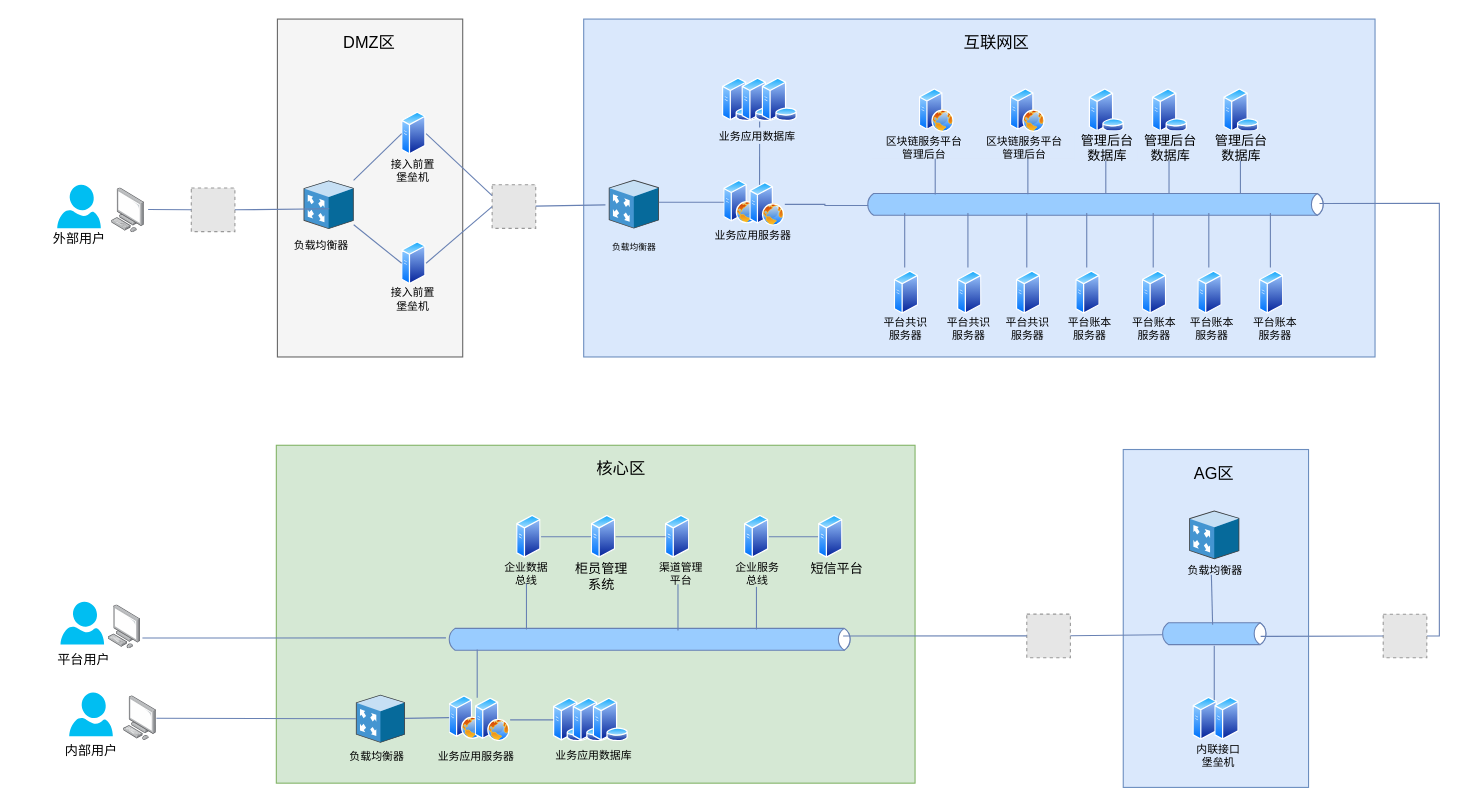
dilide/collections keeps this draw.io diagram as repository/drawio/postb/系统拓扑图.drawio. Above is the earlier version. Source tidied: cells renumbered, new cells numbered last; positions are measured from the earlier drawing's top-left corner, leaving out a move shared by most shapes. Both pictures are drawn from the tidied source at 109%, with x=0, y=0 at pixel (46, 19). Pictures stored in the file or linked from it are replaced by grey dashed boxes.
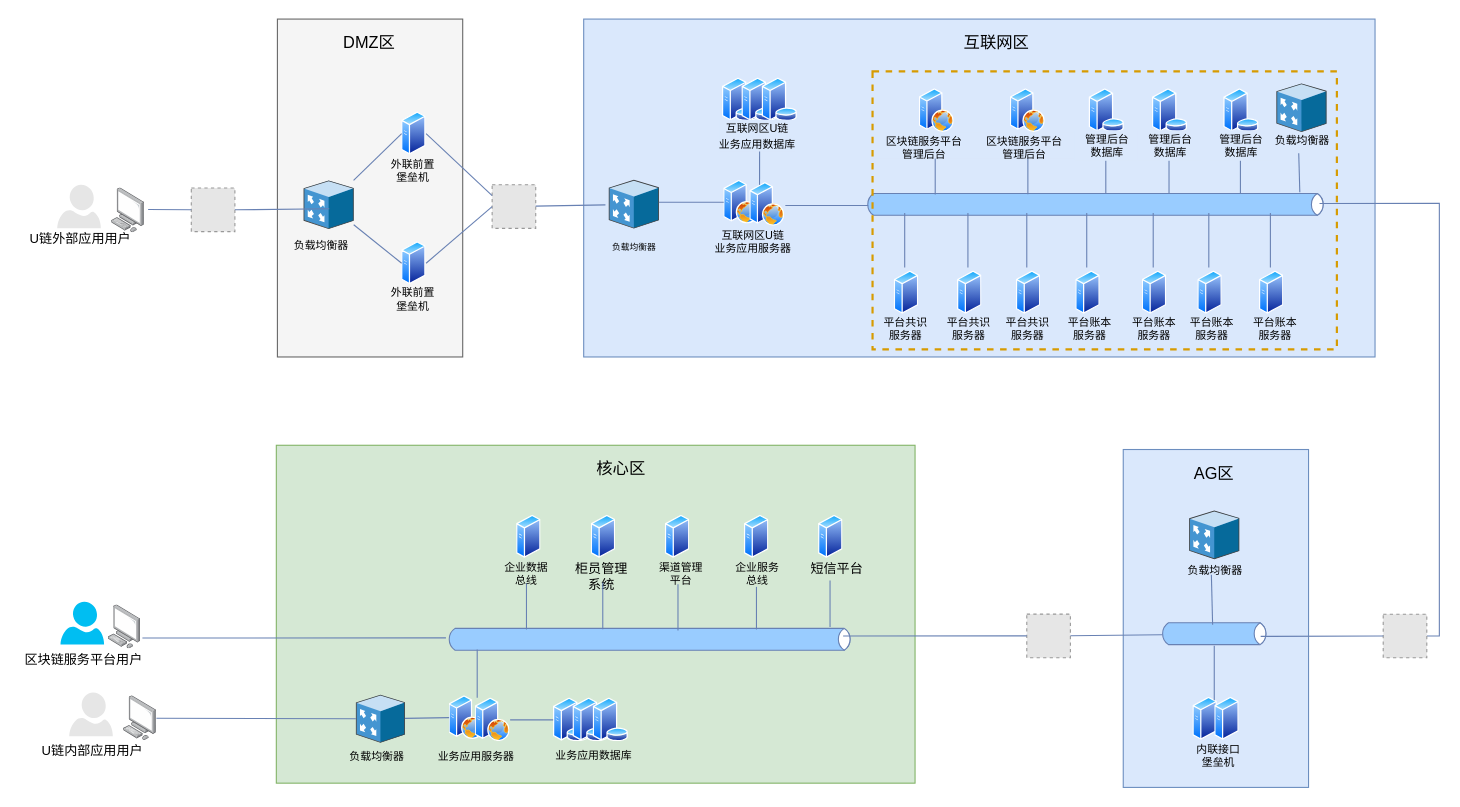
The same diagram, later.

Commit message:
Update 系统拓扑图.drawio

The change refers to these unchanged cells:
```xml
<mxCell id="4" style="html=1;fillColor=#99CCFF;strokeColor=#6881B3;gradientColor=none;gradientDirection=north;strokeWidth=1;shape=mxgraph.networks.bus;gradientColor=none;gradientDirection=north;fontColor=#ffffff;perimeter=backbonePerimeter;backboneSize=20;align=center;fontSize=12;" parent="1" vertex="1">
  <mxGeometry x="751" y="165" width="423" height="10" as="geometry" />
</mxCell>
<mxCell id="28" style="perimeter=ellipsePerimeter;html=1;align=center;shadow=0;dashed=0;spacingTop=3;image;image=img/lib/active_directory/web_server.svg;strokeColor=#6881B3;strokeWidth=1;fillColor=#99CCFF;fontSize=12;" parent="26" vertex="1">
  <mxGeometry x="24" y="2" width="32" height="40" as="geometry" />
</mxCell>
<mxCell id="60" style="perimeter=ellipsePerimeter;html=1;align=center;shadow=0;dashed=0;spacingTop=3;image;image=img/lib/active_directory/generic_server.svg;strokeColor=#6881B3;strokeWidth=1;fillColor=#99CCFF;fontSize=8;" parent="1" vertex="1">
  <mxGeometry x="640.5" y="455" width="22.4" height="40" as="geometry" />
</mxCell>
<mxCell id="61" style="perimeter=ellipsePerimeter;html=1;align=center;shadow=0;dashed=0;spacingTop=3;image;image=img/lib/active_directory/generic_server.svg;strokeColor=#6881B3;strokeWidth=1;fillColor=#99CCFF;fontSize=8;" parent="1" vertex="1">
  <mxGeometry x="568" y="455" width="22.4" height="40" as="geometry" />
</mxCell>
<mxCell id="65" style="perimeter=ellipsePerimeter;html=1;align=center;shadow=0;dashed=0;spacingTop=3;image;image=img/lib/active_directory/generic_server.svg;strokeColor=#6881B3;strokeWidth=1;fillColor=#99CCFF;fontSize=8;" parent="1" vertex="1">
  <mxGeometry x="431.5" y="455" width="22.4" height="40" as="geometry" />
</mxCell>
<mxCell id="94" style="endArrow=none;html=1;strokeColor=#6881B3;entryX=0.5;entryY=1;entryDx=0;entryDy=0;exitX=0.25;exitY=0;exitDx=0;exitDy=0;" parent="1" edge="1" source="28" target="32">
  <mxGeometry relative="1" as="geometry" />
</mxCell>
<mxCell id="126" style="perimeter=ellipsePerimeter;html=1;align=center;shadow=0;dashed=0;spacingTop=3;image;image=img/lib/active_directory/generic_server.svg;strokeColor=#6881B3;strokeWidth=1;fillColor=#99CCFF;fontSize=8;" parent="1" vertex="1">
  <mxGeometry x="708.5" y="455" width="22.4" height="40" as="geometry" />
</mxCell>
<mxCell id="129" style="perimeter=ellipsePerimeter;html=1;align=center;shadow=0;dashed=0;spacingTop=3;image;image=img/lib/active_directory/generic_server.svg;strokeColor=#6881B3;strokeWidth=1;fillColor=#99CCFF;fontSize=8;" parent="1" vertex="1">
  <mxGeometry x="500" y="455" width="22.4" height="40" as="geometry" />
</mxCell>
```

Diff of the diagram source:
```diff
@@
-    <mxCell id="10" style="group;" parent="1" vertex="1">
-      <mxGeometry y="152" width="90" height="60" as="geometry" />
-    </mxCell>
-    <mxCell id="11" style="group;" parent="10" vertex="1">
-      <mxGeometry width="60" height="60" as="geometry" />
-    </mxCell>
-    <mxCell id="12" style="verticalLabelPosition=bottom;html=1;verticalAlign=top;align=center;strokeColor=none;fillColor=#00BEF2;shape=mxgraph.azure.user;" parent="11" vertex="1">
-      <mxGeometry x="10" width="40" height="40" as="geometry" />
-    </mxCell>
-    <mxCell id="13" value="外部用户" style="text;html=1;align=center;verticalAlign=top;spacingTop=-4;fontSize=12;" parent="11" vertex="1">
-      <mxGeometry y="40" width="60" height="20" as="geometry" />
-    </mxCell>
-    <mxCell id="14" style="points=[];html=1;align=center;shadow=0;dashed=0;image;image=img/lib/allied_telesis/computer_and_terminals/Personal_Computer.svg;strokeColor=#6881B3;fillColor=#99CCFF;fontSize=12;" parent="10" vertex="1">
-      <mxGeometry x="60" y="3" width="30" height="41" as="geometry" />
-    </mxCell>
@@
-    <mxCell id="25" value="接入前置&lt;br style=&quot;font-size: 10px&quot;&gt;堡垒机" style="text;html=1;align=center;verticalAlign=top;spacingTop=-4;fontSize=10;" parent="1" vertex="1">
-      <mxGeometry x="307" y="125" width="58" height="24" as="geometry" />
+    <mxCell id="25" value="外联前置&lt;br style=&quot;font-size: 10px&quot;&gt;堡垒机" style="text;html=1;align=center;verticalAlign=top;spacingTop=-4;fontSize=10;" parent="1" vertex="1">
+      <mxGeometry x="311" y="125" width="50" height="24" as="geometry" />
     </mxCell>
@@
-    <mxCell id="29" value="业务应用服务器" style="text;html=1;align=center;verticalAlign=top;spacingTop=-4;fontSize=10;" parent="1" vertex="1">
-      <mxGeometry x="600.5" y="190" width="94" height="12" as="geometry" />
+    <mxCell id="29" value="互联网区U链&lt;br&gt;业务应用服务器" style="text;html=1;align=center;verticalAlign=top;spacingTop=-4;fontSize=10;" parent="1" vertex="1">
+      <mxGeometry x="607.5" y="190" width="80" height="24" as="geometry" />
     </mxCell>
@@
-    <mxCell id="59" style="edgeStyle=orthogonalEdgeStyle;rounded=0;jettySize=auto;html=1;exitX=1;exitY=0.5;exitDx=0;exitDy=0;entryX=0;entryY=0.5;entryDx=0;entryDy=0;endArrow=none;endFill=0;strokeColor=#6881B3;" parent="1" edge="1" source="60" target="126">
-      <mxGeometry relative="1" as="geometry" />
-    </mxCell>
@@
-    <mxCell id="64" style="edgeStyle=orthogonalEdgeStyle;rounded=0;jettySize=auto;html=1;exitX=1;exitY=0.5;exitDx=0;exitDy=0;entryX=0;entryY=0.5;entryDx=0;entryDy=0;endArrow=none;endFill=0;strokeColor=#6881B3;" parent="1" edge="1" source="65" target="129">
-      <mxGeometry relative="1" as="geometry" />
-    </mxCell>
@@
-    <mxCell id="79" value="平台用户" style="text;html=1;align=center;verticalAlign=top;spacingTop=-4;fontSize=12;" parent="1" vertex="1">
-      <mxGeometry x="4" y="577.8" width="60" height="20" as="geometry" />
+    <mxCell id="79" value="区块链服务平台用户" style="text;html=1;align=center;verticalAlign=top;spacingTop=-4;fontSize=12;" parent="1" vertex="1">
+      <mxGeometry x="-25" y="577.8" width="118" height="14" as="geometry" />
     </mxCell>
@@
-    <mxCell id="82" style="verticalLabelPosition=bottom;html=1;verticalAlign=top;align=center;strokeColor=none;fillColor=#00BEF2;shape=mxgraph.azure.user;" parent="1" vertex="1">
+    <mxCell id="82" style="verticalLabelPosition=bottom;html=1;verticalAlign=top;align=center;strokeColor=none;fillColor=#E6E6E6;shape=mxgraph.azure.user;" parent="1" vertex="1">
       <mxGeometry x="21" y="617.9" width="40" height="40" as="geometry" />
     </mxCell>
-    <mxCell id="83" value="内部用户" style="text;html=1;align=center;verticalAlign=top;spacingTop=-4;fontSize=12;" parent="1" vertex="1">
-      <mxGeometry x="11" y="661.9" width="60" height="20" as="geometry" />
+    <mxCell id="83" value="U链内部应用用户" style="text;html=1;align=center;verticalAlign=top;spacingTop=-4;fontSize=12;" parent="1" vertex="1">
+      <mxGeometry x="-10" y="661.9" width="103" height="14" as="geometry" />
     </mxCell>
@@
-    <mxCell id="89" value="接入前置&lt;br style=&quot;font-size: 10px&quot;&gt;堡垒机" style="text;html=1;align=center;verticalAlign=top;spacingTop=-4;fontSize=10;" parent="1" vertex="1">
-      <mxGeometry x="307" y="242.5" width="58" height="24" as="geometry" />
+    <mxCell id="89" value="外联前置&lt;br style=&quot;font-size: 10px&quot;&gt;堡垒机" style="text;html=1;align=center;verticalAlign=top;spacingTop=-4;fontSize=10;" parent="1" vertex="1">
+      <mxGeometry x="311" y="242.5" width="50" height="24" as="geometry" />
     </mxCell>
@@
-    <mxCell id="95" value="&lt;span style=&quot;font-size: 10px&quot;&gt;业务应用数据库&lt;/span&gt;" style="text;html=1;align=center;verticalAlign=middle;labelBackgroundColor=#DAE8FC;" parent="94" vertex="1">
+    <mxCell id="95" value="&lt;span style=&quot;font-size: 10px&quot;&gt;互联网区U链&lt;br&gt;业务应用数据库&lt;/span&gt;" style="text;html=1;align=center;verticalAlign=middle;labelBackgroundColor=#DAE8FC;" parent="94" vertex="1">
       <mxGeometry x="0.57" y="-4" relative="1" as="geometry">
         <mxPoint x="-7" as="offset" />
       </mxGeometry>
     </mxCell>
@@
-    <mxCell id="100" value="管理后台&lt;br&gt;数据库" style="text;html=1;align=center;verticalAlign=top;spacingTop=-4;fillColor=#DAE8FC;" parent="1" vertex="1">
+    <mxCell id="100" value="管理后台&lt;br style=&quot;font-size: 10px;&quot;&gt;数据库" style="text;html=1;align=center;verticalAlign=top;spacingTop=-4;fillColor=#DAE8FC;fontSize=10;" parent="1" vertex="1">
       <mxGeometry x="943.5" y="102" width="58" height="28" as="geometry" />
     </mxCell>
@@
-    <mxCell id="103" value="管理后台&lt;br&gt;数据库" style="text;html=1;align=center;verticalAlign=top;spacingTop=-4;fillColor=#DAE8FC;" parent="1" vertex="1">
+    <mxCell id="103" value="管理后台&lt;br style=&quot;font-size: 10px;&quot;&gt;数据库" style="text;html=1;align=center;verticalAlign=top;spacingTop=-4;fillColor=#DAE8FC;fontSize=10;" parent="1" vertex="1">
       <mxGeometry x="1001.5" y="102" width="58" height="28" as="geometry" />
     </mxCell>
@@
-    <mxCell id="106" value="管理后台&lt;br&gt;数据库" style="text;html=1;align=center;verticalAlign=top;spacingTop=-4;fillColor=#DAE8FC;" parent="1" vertex="1">
+    <mxCell id="106" value="管理后台&lt;br style=&quot;font-size: 10px;&quot;&gt;数据库" style="text;html=1;align=center;verticalAlign=top;spacingTop=-4;fillColor=#DAE8FC;fontSize=10;" parent="1" vertex="1">
       <mxGeometry x="1067" y="102" width="58" height="28" as="geometry" />
     </mxCell>
@@
-    <mxCell id="123" style="edgeStyle=orthogonalEdgeStyle;rounded=0;jettySize=auto;html=1;exitX=1;exitY=0.5;exitDx=0;exitDy=0;entryX=0.007;entryY=0.6;entryDx=0;entryDy=0;entryPerimeter=0;strokeColor=#6881B3;endArrow=none;endFill=0;" parent="1" edge="1" source="28" target="4">
-      <mxGeometry relative="1" as="geometry" />
+    <mxCell id="123" style="edgeStyle=orthogonalEdgeStyle;rounded=0;jettySize=auto;html=1;entryX=0.007;entryY=0.6;entryDx=0;entryDy=0;entryPerimeter=0;strokeColor=#6881B3;endArrow=none;endFill=0;" parent="1" edge="1" target="4">
+      <mxGeometry relative="1" as="geometry">
+        <mxPoint x="678" y="171" as="sourcePoint" />
+        <Array as="points">
+          <mxPoint x="678" y="171" />
+        </Array>
+      </mxGeometry>
     </mxCell>
@@
-    <mxCell id="128" style="edgeStyle=orthogonalEdgeStyle;rounded=0;jettySize=auto;html=1;exitX=1;exitY=0.5;exitDx=0;exitDy=0;entryX=0;entryY=0.5;entryDx=0;entryDy=0;endArrow=none;endFill=0;strokeColor=#6881B3;" parent="1" edge="1" source="129" target="61">
-      <mxGeometry relative="1" as="geometry" />
-    </mxCell>
@@
+    <mxCell id="14" style="points=[];html=1;align=center;shadow=0;dashed=0;image;image=img/lib/allied_telesis/computer_and_terminals/Personal_Computer.svg;strokeColor=#6881B3;fillColor=#99CCFF;fontSize=12;" parent="1" vertex="1">
+      <mxGeometry x="60" y="155" width="30" height="41" as="geometry" />
+    </mxCell>
+    <mxCell id="12" style="verticalLabelPosition=bottom;html=1;verticalAlign=top;align=center;strokeColor=none;fillColor=#E6E6E6;shape=mxgraph.azure.user;" parent="1" vertex="1">
+      <mxGeometry x="10" y="152" width="40" height="40" as="geometry" />
+    </mxCell>
+    <mxCell id="13" value="U链外部应用用户" style="text;html=1;align=center;verticalAlign=top;spacingTop=-4;fontSize=12;" parent="1" vertex="1">
+      <mxGeometry x="-21" y="192" width="103" height="14" as="geometry" />
+    </mxCell>
+    <mxCell id="133" style="shadow=0;dashed=0;html=1;labelPosition=center;verticalLabelPosition=bottom;verticalAlign=top;align=center;shape=mxgraph.veeam.3d.proxy_appliance;direction=east;" parent="1" vertex="1">
+      <mxGeometry x="1128.5" y="59" width="46" height="44.6" as="geometry" />
+    </mxCell>
+    <mxCell id="134" value="负载均衡器" style="text;html=1;align=center;verticalAlign=top;spacingTop=-4;fontSize=10;" parent="1" vertex="1">
+      <mxGeometry x="1121.5" y="103" width="60" height="10" as="geometry" />
+    </mxCell>
+    <mxCell id="135" style="endArrow=none;html=1;strokeColor=#6881B3;strokeWidth=1;fontSize=8;exitX=0.485;exitY=-0.318;exitDx=0;exitDy=0;exitPerimeter=0;" parent="1" edge="1">
+      <mxGeometry relative="1" as="geometry">
+        <mxPoint x="1150" y="158.8" as="sourcePoint" />
+        <mxPoint x="1149" y="123" as="targetPoint" />
+      </mxGeometry>
+    </mxCell>
+    <mxCell id="136" style="rounded=0;whiteSpace=wrap;html=1;fillColor=none;fontSize=10;dashed=1;strokeColor=#d79b00;strokeWidth=2;" parent="1" vertex="1">
+      <mxGeometry x="758" y="48" width="426" height="255" as="geometry" />
+    </mxCell>
+    <mxCell id="137" style="strokeColor=#6881B3;edgeStyle=none;rounded=0;endArrow=none;html=1;strokeWidth=1;fontSize=8;" parent="1" edge="1">
+      <mxGeometry relative="1" as="geometry">
+        <mxPoint x="510.5" y="517" as="sourcePoint" />
+        <mxPoint x="510.5" y="559.7" as="targetPoint" />
+      </mxGeometry>
+    </mxCell>
+    <mxCell id="138" style="strokeColor=#6881B3;edgeStyle=none;rounded=0;endArrow=none;html=1;strokeWidth=1;fontSize=8;" parent="1" edge="1">
+      <mxGeometry relative="1" as="geometry">
+        <mxPoint x="719" y="515" as="sourcePoint" />
+        <mxPoint x="719" y="557.7" as="targetPoint" />
+      </mxGeometry>
+    </mxCell>
```
